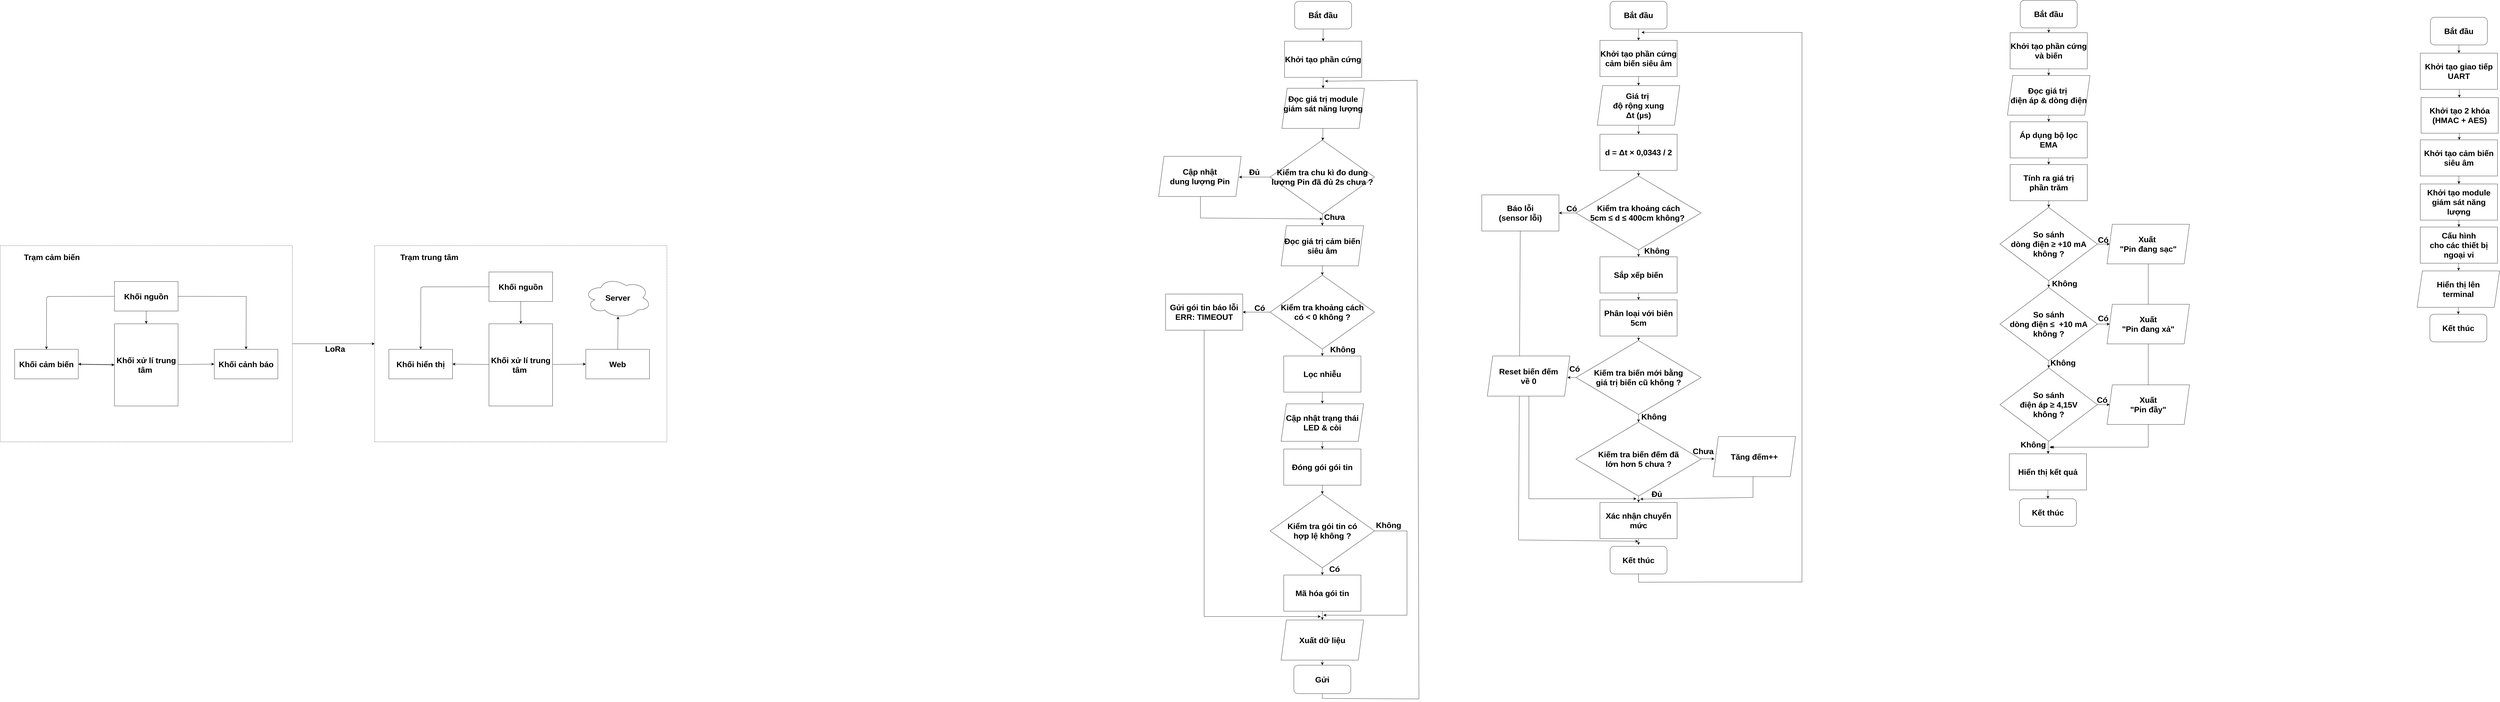
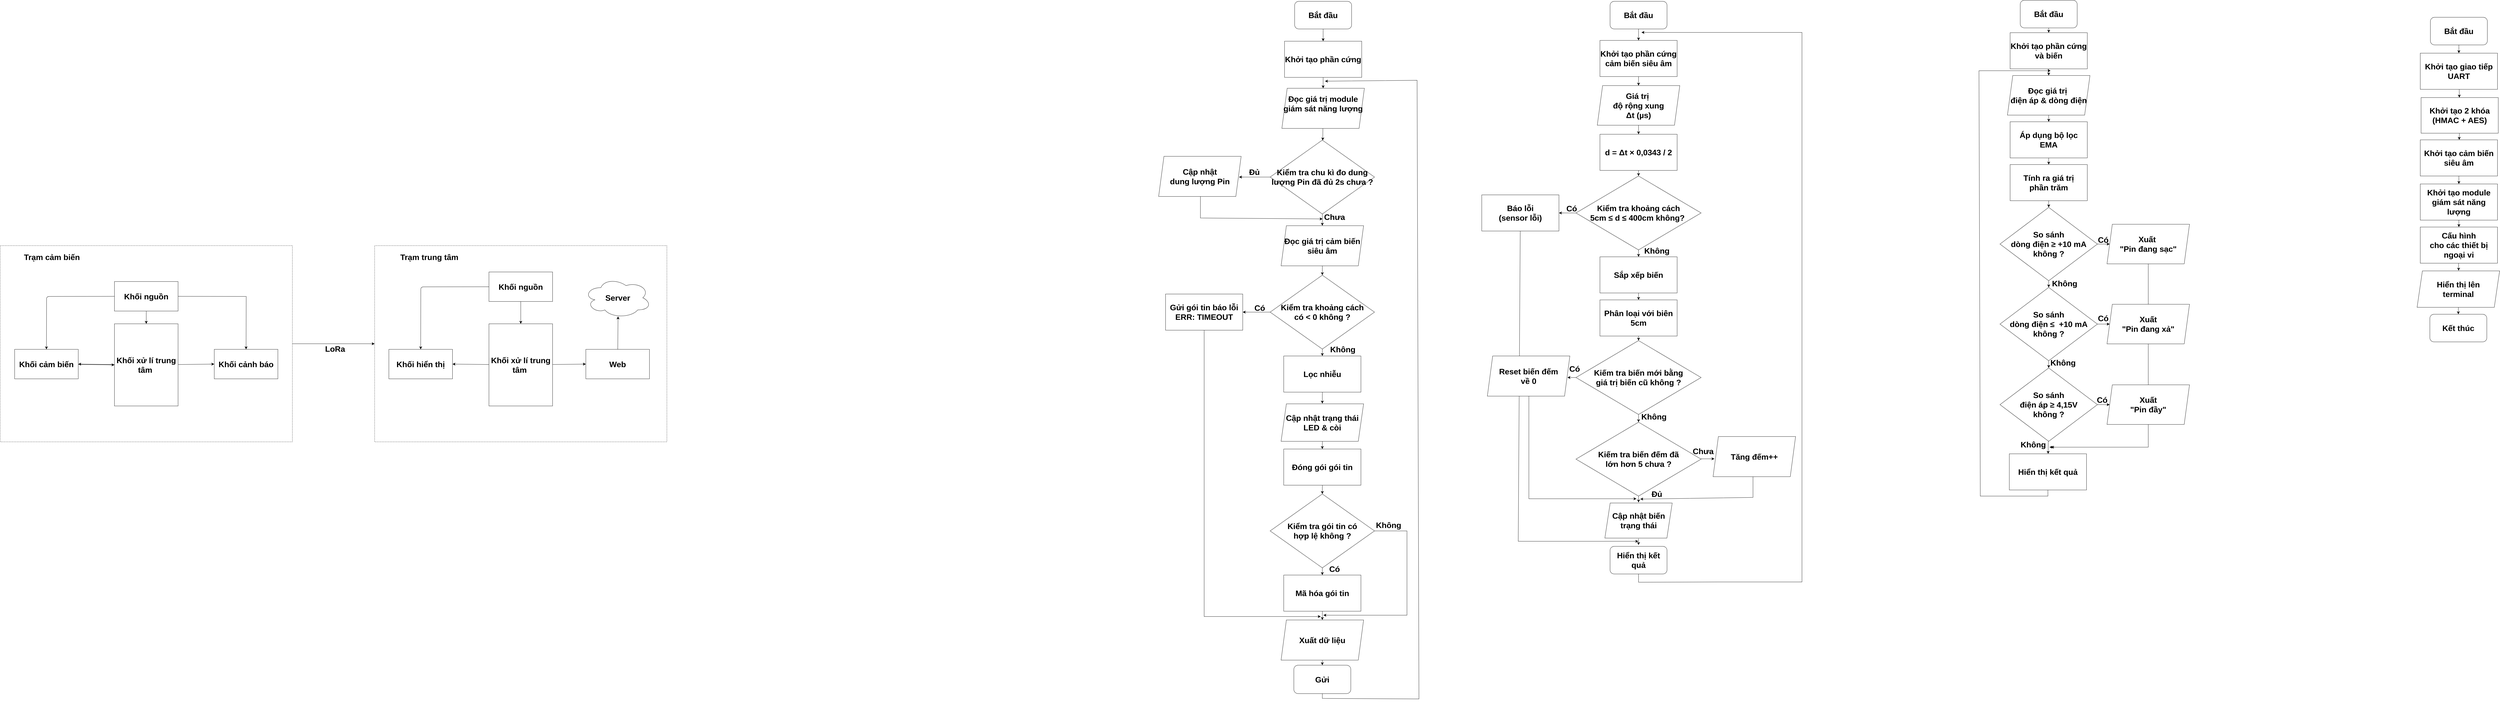
<mxfile host="app.diagrams.net">
  <diagram name="Page-1" id="Xzzm8pSJ2Ty5PO-fjyCe">
-     <mxGraphModel dx="4713" dy="2650" grid="0" gridSize="10" guides="1" tooltips="1" connect="1" arrows="1" fold="1" page="1" pageScale="1" pageWidth="4681" pageHeight="3300" math="0" shadow="0">
+     <mxGraphModel dx="1885" dy="1060" grid="0" gridSize="10" guides="1" tooltips="1" connect="1" arrows="1" fold="1" page="1" pageScale="1" pageWidth="4681" pageHeight="3300" math="0" shadow="0">
      <root>
        <mxCell id="0" />
        <mxCell id="1" parent="0" />
        <mxCell id="dHOnNA1qFKyTxo9gN7e2-160" edge="1" parent="1" source="dHOnNA1qFKyTxo9gN7e2-135" style="edgeStyle=none;curved=1;rounded=0;orthogonalLoop=1;jettySize=auto;html=1;entryX=0.5;entryY=1;entryDx=0;entryDy=0;fontSize=12;startSize=8;endSize=8;" target="dHOnNA1qFKyTxo9gN7e2-136">
          <mxGeometry relative="1" as="geometry" />
        </mxCell>
        <mxCell id="aMmJWWC9FcH2sZLkuJds-26" parent="1" style="rounded=0;whiteSpace=wrap;html=1;dashed=1;fontStyle=1;fontSize=30;" value="" vertex="1">
          <mxGeometry height="738" width="1098" x="1887.5" y="1122" as="geometry" />
        </mxCell>
        <mxCell id="aMmJWWC9FcH2sZLkuJds-31" edge="1" parent="1" source="aMmJWWC9FcH2sZLkuJds-25" style="edgeStyle=none;curved=1;rounded=0;orthogonalLoop=1;jettySize=auto;html=1;entryX=0;entryY=0.5;entryDx=0;entryDy=0;fontSize=30;startSize=8;endSize=8;fontStyle=1" target="aMmJWWC9FcH2sZLkuJds-26">
          <mxGeometry relative="1" as="geometry" />
        </mxCell>
        <mxCell id="aMmJWWC9FcH2sZLkuJds-25" parent="1" style="rounded=0;whiteSpace=wrap;html=1;dashed=1;fontStyle=1;fontSize=30;" value="" vertex="1">
          <mxGeometry height="738" width="1098" x="480.5" y="1122" as="geometry" />
        </mxCell>
        <mxCell id="aMmJWWC9FcH2sZLkuJds-12" edge="1" parent="1" source="aMmJWWC9FcH2sZLkuJds-1" style="edgeStyle=none;curved=1;rounded=0;orthogonalLoop=1;jettySize=auto;html=1;entryX=0;entryY=0.5;entryDx=0;entryDy=0;fontSize=30;startSize=8;endSize=8;fontStyle=1" target="aMmJWWC9FcH2sZLkuJds-5">
          <mxGeometry relative="1" as="geometry" />
        </mxCell>
        <mxCell id="aMmJWWC9FcH2sZLkuJds-13" edge="1" parent="1" source="aMmJWWC9FcH2sZLkuJds-1" style="edgeStyle=none;curved=1;rounded=0;orthogonalLoop=1;jettySize=auto;html=1;entryX=1;entryY=0.5;entryDx=0;entryDy=0;fontSize=30;startSize=8;endSize=8;fontStyle=1" target="aMmJWWC9FcH2sZLkuJds-4">
          <mxGeometry relative="1" as="geometry" />
        </mxCell>
        <mxCell id="aMmJWWC9FcH2sZLkuJds-1" parent="1" style="rounded=0;whiteSpace=wrap;html=1;fontStyle=1;fontSize=30;" value="&lt;font&gt;Khối xử lí trung tâm&amp;nbsp;&lt;/font&gt;" vertex="1">
          <mxGeometry height="309" width="239" x="910" y="1416" as="geometry" />
        </mxCell>
        <mxCell id="aMmJWWC9FcH2sZLkuJds-8" edge="1" parent="1" source="aMmJWWC9FcH2sZLkuJds-2" style="edgeStyle=none;curved=0;rounded=1;orthogonalLoop=1;jettySize=auto;html=1;entryX=0.5;entryY=0;entryDx=0;entryDy=0;fontSize=30;startSize=8;endSize=8;fontStyle=1" target="aMmJWWC9FcH2sZLkuJds-4">
          <mxGeometry relative="1" as="geometry">
            <Array as="points">
              <mxPoint x="655" y="1313" />
            </Array>
          </mxGeometry>
        </mxCell>
        <mxCell id="aMmJWWC9FcH2sZLkuJds-9" edge="1" parent="1" source="aMmJWWC9FcH2sZLkuJds-2" style="edgeStyle=none;curved=1;rounded=0;orthogonalLoop=1;jettySize=auto;html=1;entryX=0.5;entryY=0;entryDx=0;entryDy=0;fontSize=30;startSize=8;endSize=8;fontStyle=1" target="aMmJWWC9FcH2sZLkuJds-1">
          <mxGeometry relative="1" as="geometry" />
        </mxCell>
        <mxCell id="aMmJWWC9FcH2sZLkuJds-10" edge="1" parent="1" source="aMmJWWC9FcH2sZLkuJds-2" style="edgeStyle=none;curved=0;rounded=0;orthogonalLoop=1;jettySize=auto;html=1;entryX=0.5;entryY=0;entryDx=0;entryDy=0;fontSize=30;startSize=8;endSize=8;fontStyle=1" target="aMmJWWC9FcH2sZLkuJds-5">
          <mxGeometry relative="1" as="geometry">
            <Array as="points">
              <mxPoint x="1405" y="1313" />
            </Array>
          </mxGeometry>
        </mxCell>
        <mxCell id="aMmJWWC9FcH2sZLkuJds-2" parent="1" style="rounded=0;whiteSpace=wrap;html=1;fontStyle=1;fontSize=30;" value="&lt;font&gt;Khối nguồn&lt;/font&gt;" vertex="1">
          <mxGeometry height="111" width="239" x="910" y="1257" as="geometry" />
        </mxCell>
        <mxCell id="aMmJWWC9FcH2sZLkuJds-11" edge="1" parent="1" source="aMmJWWC9FcH2sZLkuJds-4" style="edgeStyle=none;curved=1;rounded=0;orthogonalLoop=1;jettySize=auto;html=1;entryX=0;entryY=0.5;entryDx=0;entryDy=0;fontSize=30;startSize=8;endSize=8;fontStyle=1" target="aMmJWWC9FcH2sZLkuJds-1">
          <mxGeometry relative="1" as="geometry" />
        </mxCell>
        <mxCell id="aMmJWWC9FcH2sZLkuJds-4" parent="1" style="rounded=0;whiteSpace=wrap;html=1;fontStyle=1;fontSize=30;" value="&lt;font&gt;Khối cảm biến&lt;/font&gt;" vertex="1">
          <mxGeometry height="111" width="239" x="535" y="1512" as="geometry" />
        </mxCell>
        <mxCell id="aMmJWWC9FcH2sZLkuJds-5" parent="1" style="rounded=0;whiteSpace=wrap;html=1;fontStyle=1;fontSize=30;" value="&lt;font&gt;Khối cảnh báo&lt;/font&gt;" vertex="1">
          <mxGeometry height="111" width="239" x="1285" y="1512" as="geometry" />
        </mxCell>
        <mxCell id="aMmJWWC9FcH2sZLkuJds-19" edge="1" parent="1" source="aMmJWWC9FcH2sZLkuJds-14" style="edgeStyle=none;curved=1;rounded=0;orthogonalLoop=1;jettySize=auto;html=1;entryX=1;entryY=0.5;entryDx=0;entryDy=0;fontSize=30;startSize=8;endSize=8;fontStyle=1" target="aMmJWWC9FcH2sZLkuJds-16">
          <mxGeometry relative="1" as="geometry" />
        </mxCell>
        <mxCell id="aMmJWWC9FcH2sZLkuJds-20" edge="1" parent="1" source="aMmJWWC9FcH2sZLkuJds-14" style="edgeStyle=none;curved=1;rounded=0;orthogonalLoop=1;jettySize=auto;html=1;entryX=0;entryY=0.5;entryDx=0;entryDy=0;fontSize=30;startSize=8;endSize=8;fontStyle=1" target="aMmJWWC9FcH2sZLkuJds-18">
          <mxGeometry relative="1" as="geometry" />
        </mxCell>
        <mxCell id="aMmJWWC9FcH2sZLkuJds-14" parent="1" style="rounded=0;whiteSpace=wrap;html=1;fontStyle=1;fontSize=30;" value="&lt;font&gt;Khối xử lí trung tâm&amp;nbsp;&lt;/font&gt;" vertex="1">
          <mxGeometry height="309" width="239" x="2317" y="1416" as="geometry" />
        </mxCell>
        <mxCell id="aMmJWWC9FcH2sZLkuJds-21" edge="1" parent="1" source="aMmJWWC9FcH2sZLkuJds-15" style="edgeStyle=none;curved=1;rounded=0;orthogonalLoop=1;jettySize=auto;html=1;entryX=0.5;entryY=0;entryDx=0;entryDy=0;fontSize=30;startSize=8;endSize=8;fontStyle=1" target="aMmJWWC9FcH2sZLkuJds-14">
          <mxGeometry relative="1" as="geometry" />
        </mxCell>
        <mxCell id="aMmJWWC9FcH2sZLkuJds-22" edge="1" parent="1" source="aMmJWWC9FcH2sZLkuJds-15" style="edgeStyle=none;curved=0;rounded=1;orthogonalLoop=1;jettySize=auto;html=1;entryX=0.5;entryY=0;entryDx=0;entryDy=0;fontSize=30;startSize=8;endSize=8;fontStyle=1" target="aMmJWWC9FcH2sZLkuJds-16">
          <mxGeometry relative="1" as="geometry">
            <Array as="points">
              <mxPoint x="2061" y="1277" />
            </Array>
          </mxGeometry>
        </mxCell>
        <mxCell id="aMmJWWC9FcH2sZLkuJds-15" parent="1" style="rounded=0;whiteSpace=wrap;html=1;fontStyle=1;fontSize=30;" value="&lt;font&gt;Khối nguồn&lt;/font&gt;" vertex="1">
          <mxGeometry height="111" width="239" x="2317" y="1221" as="geometry" />
        </mxCell>
        <mxCell id="aMmJWWC9FcH2sZLkuJds-16" parent="1" style="rounded=0;whiteSpace=wrap;html=1;fontStyle=1;fontSize=30;" value="&lt;font&gt;Khối hiển thị&lt;/font&gt;" vertex="1">
          <mxGeometry height="111" width="239" x="1941" y="1512" as="geometry" />
        </mxCell>
        <mxCell id="aMmJWWC9FcH2sZLkuJds-18" parent="1" style="rounded=0;whiteSpace=wrap;html=1;fontStyle=1;fontSize=30;" value="&lt;span&gt;Web&lt;/span&gt;" vertex="1">
          <mxGeometry height="111" width="239" x="2681" y="1512" as="geometry" />
        </mxCell>
        <mxCell id="aMmJWWC9FcH2sZLkuJds-23" parent="1" style="ellipse;shape=cloud;whiteSpace=wrap;html=1;fontStyle=1;fontSize=30;" value="&lt;span&gt;Server&lt;/span&gt;" vertex="1">
          <mxGeometry height="152" width="252" x="2674.5" y="1242" as="geometry" />
        </mxCell>
        <mxCell id="aMmJWWC9FcH2sZLkuJds-24" edge="1" parent="1" source="aMmJWWC9FcH2sZLkuJds-18" style="edgeStyle=none;curved=1;rounded=0;orthogonalLoop=1;jettySize=auto;html=1;entryX=0.506;entryY=0.961;entryDx=0;entryDy=0;entryPerimeter=0;fontSize=30;startSize=8;endSize=8;fontStyle=1" target="aMmJWWC9FcH2sZLkuJds-23">
          <mxGeometry relative="1" as="geometry" />
        </mxCell>
        <mxCell id="aMmJWWC9FcH2sZLkuJds-27" parent="1" style="text;html=1;whiteSpace=wrap;strokeColor=none;fillColor=none;align=center;verticalAlign=middle;rounded=0;fontSize=30;fontStyle=1" value="Trạm cảm biến" vertex="1">
          <mxGeometry height="30" width="332" x="509" y="1150" as="geometry" />
        </mxCell>
        <mxCell id="aMmJWWC9FcH2sZLkuJds-28" parent="1" style="text;html=1;whiteSpace=wrap;strokeColor=none;fillColor=none;align=center;verticalAlign=middle;rounded=0;fontSize=30;fontStyle=1" value="Trạm trung tâm" vertex="1">
          <mxGeometry height="30" width="332" x="1927" y="1150" as="geometry" />
        </mxCell>
        <mxCell id="aMmJWWC9FcH2sZLkuJds-32" parent="1" style="text;html=1;whiteSpace=wrap;strokeColor=none;fillColor=none;align=center;verticalAlign=middle;rounded=0;fontSize=30;fontStyle=1" value="LoRa" vertex="1">
          <mxGeometry height="30" width="332" x="1573" y="1495" as="geometry" />
        </mxCell>
        <mxCell id="dHOnNA1qFKyTxo9gN7e2-32" edge="1" parent="1" source="dHOnNA1qFKyTxo9gN7e2-2" style="edgeStyle=none;curved=1;rounded=0;orthogonalLoop=1;jettySize=auto;html=1;fontSize=30;startSize=8;endSize=8;fontStyle=1" target="dHOnNA1qFKyTxo9gN7e2-3" value="">
          <mxGeometry relative="1" as="geometry" />
        </mxCell>
        <mxCell id="dHOnNA1qFKyTxo9gN7e2-2" parent="1" style="rounded=1;whiteSpace=wrap;html=1;fontStyle=1;fontSize=30;" value="&lt;font&gt;Bắt đầu&lt;/font&gt;" vertex="1">
          <mxGeometry height="104" width="214" x="5344" y="203" as="geometry" />
        </mxCell>
        <mxCell id="dHOnNA1qFKyTxo9gN7e2-33" edge="1" parent="1" source="dHOnNA1qFKyTxo9gN7e2-3" style="edgeStyle=none;curved=1;rounded=0;orthogonalLoop=1;jettySize=auto;html=1;fontSize=30;startSize=8;endSize=8;fontStyle=1" target="dHOnNA1qFKyTxo9gN7e2-4" value="">
          <mxGeometry relative="1" as="geometry" />
        </mxCell>
        <mxCell id="dHOnNA1qFKyTxo9gN7e2-3" parent="1" style="rounded=0;whiteSpace=wrap;html=1;fontStyle=1;fontSize=30;" value="&lt;font&gt;Khởi tạo phần cứng&lt;/font&gt;" vertex="1">
          <mxGeometry height="136" width="290" x="5306" y="353" as="geometry" />
        </mxCell>
        <mxCell id="dHOnNA1qFKyTxo9gN7e2-6" edge="1" parent="1" source="dHOnNA1qFKyTxo9gN7e2-4" style="edgeStyle=none;curved=1;rounded=0;orthogonalLoop=1;jettySize=auto;html=1;fontSize=30;startSize=8;endSize=8;fontStyle=1" target="dHOnNA1qFKyTxo9gN7e2-5" value="">
          <mxGeometry relative="1" as="geometry" />
        </mxCell>
        <mxCell id="dHOnNA1qFKyTxo9gN7e2-4" parent="1" style="shape=parallelogram;perimeter=parallelogramPerimeter;whiteSpace=wrap;html=1;fixedSize=1;fontStyle=1;fontSize=30;" value="&lt;font&gt;Đọc giá trị module giám sát năng lượng&lt;/font&gt;&lt;div&gt;&lt;font&gt;&lt;br&gt;&lt;/font&gt;&lt;/div&gt;" vertex="1">
          <mxGeometry height="151" width="310" x="5296" y="530" as="geometry" />
        </mxCell>
        <mxCell id="dHOnNA1qFKyTxo9gN7e2-8" edge="1" parent="1" source="dHOnNA1qFKyTxo9gN7e2-5" style="edgeStyle=none;curved=1;rounded=0;orthogonalLoop=1;jettySize=auto;html=1;fontSize=30;startSize=8;endSize=8;fontStyle=1" target="dHOnNA1qFKyTxo9gN7e2-7" value="">
          <mxGeometry relative="1" as="geometry" />
        </mxCell>
        <mxCell id="dHOnNA1qFKyTxo9gN7e2-19" edge="1" parent="1" source="dHOnNA1qFKyTxo9gN7e2-5" style="edgeStyle=none;curved=1;rounded=0;orthogonalLoop=1;jettySize=auto;html=1;fontSize=30;startSize=8;endSize=8;fontStyle=1" value="">
          <mxGeometry relative="1" as="geometry">
            <mxPoint x="5135" y="864.0000000000005" as="targetPoint" />
          </mxGeometry>
        </mxCell>
        <mxCell id="dHOnNA1qFKyTxo9gN7e2-29" edge="1" parent="1" source="dHOnNA1qFKyTxo9gN7e2-5" style="edgeStyle=none;curved=1;rounded=0;orthogonalLoop=1;jettySize=auto;html=1;fontSize=30;startSize=8;endSize=8;fontStyle=1" value="">
          <mxGeometry relative="1" as="geometry">
            <mxPoint x="5135" y="864.0000000000005" as="targetPoint" />
          </mxGeometry>
        </mxCell>
        <mxCell id="dHOnNA1qFKyTxo9gN7e2-5" parent="1" style="rhombus;whiteSpace=wrap;html=1;fontStyle=1;fontSize=30;" value="&lt;font&gt;Kiểm tra chu kì đo dung lượng Pin đã đủ 2s chưa ?&lt;/font&gt;" vertex="1">
          <mxGeometry height="278" width="392" x="5252" y="725" as="geometry" />
        </mxCell>
        <mxCell id="dHOnNA1qFKyTxo9gN7e2-22" edge="1" parent="1" source="dHOnNA1qFKyTxo9gN7e2-7" style="edgeStyle=none;curved=1;rounded=0;orthogonalLoop=1;jettySize=auto;html=1;fontSize=30;startSize=8;endSize=8;fontStyle=1" target="dHOnNA1qFKyTxo9gN7e2-9" value="">
          <mxGeometry relative="1" as="geometry" />
        </mxCell>
        <mxCell id="dHOnNA1qFKyTxo9gN7e2-7" parent="1" style="shape=parallelogram;perimeter=parallelogramPerimeter;whiteSpace=wrap;html=1;fixedSize=1;fontStyle=1;fontSize=30;" value="&lt;span&gt;Đọc giá trị cảm biến siêu âm&lt;/span&gt;" vertex="1">
          <mxGeometry height="151" width="310" x="5293" y="1047" as="geometry" />
        </mxCell>
        <mxCell id="dHOnNA1qFKyTxo9gN7e2-23" edge="1" parent="1" source="dHOnNA1qFKyTxo9gN7e2-9" style="edgeStyle=none;curved=1;rounded=0;orthogonalLoop=1;jettySize=auto;html=1;fontSize=30;startSize=8;endSize=8;fontStyle=1" target="dHOnNA1qFKyTxo9gN7e2-10" value="">
          <mxGeometry relative="1" as="geometry" />
        </mxCell>
        <mxCell id="dHOnNA1qFKyTxo9gN7e2-35" edge="1" parent="1" source="dHOnNA1qFKyTxo9gN7e2-9" style="edgeStyle=none;curved=1;rounded=0;orthogonalLoop=1;jettySize=auto;html=1;fontSize=30;startSize=8;endSize=8;fontStyle=1" target="dHOnNA1qFKyTxo9gN7e2-34" value="">
          <mxGeometry relative="1" as="geometry" />
        </mxCell>
        <mxCell id="dHOnNA1qFKyTxo9gN7e2-9" parent="1" style="rhombus;whiteSpace=wrap;html=1;fontStyle=1;fontSize=30;" value="&lt;font&gt;Kiểm tra khoảng cách&lt;br&gt;có &amp;lt; 0 không ?&lt;/font&gt;" vertex="1">
          <mxGeometry height="278" width="392" x="5252" y="1233" as="geometry" />
        </mxCell>
        <mxCell id="dHOnNA1qFKyTxo9gN7e2-24" edge="1" parent="1" source="dHOnNA1qFKyTxo9gN7e2-10" style="edgeStyle=none;curved=1;rounded=0;orthogonalLoop=1;jettySize=auto;html=1;fontSize=30;startSize=8;endSize=8;fontStyle=1" value="">
          <mxGeometry relative="1" as="geometry">
            <mxPoint x="5448.000000000001" y="1716" as="targetPoint" />
          </mxGeometry>
        </mxCell>
        <mxCell id="dHOnNA1qFKyTxo9gN7e2-10" parent="1" style="rounded=0;whiteSpace=wrap;html=1;fontStyle=1;fontSize=30;" value="&lt;font&gt;Lọc nhiễu&lt;/font&gt;" vertex="1">
          <mxGeometry height="136" width="290" x="5303" y="1537" as="geometry" />
        </mxCell>
        <mxCell id="dHOnNA1qFKyTxo9gN7e2-25" edge="1" parent="1" style="edgeStyle=none;curved=1;rounded=0;orthogonalLoop=1;jettySize=auto;html=1;fontSize=30;startSize=8;endSize=8;fontStyle=1" target="dHOnNA1qFKyTxo9gN7e2-13" value="">
          <mxGeometry relative="1" as="geometry">
            <mxPoint x="5448.000000000001" y="1852" as="sourcePoint" />
          </mxGeometry>
        </mxCell>
        <mxCell id="dHOnNA1qFKyTxo9gN7e2-26" edge="1" parent="1" source="dHOnNA1qFKyTxo9gN7e2-13" style="edgeStyle=none;curved=1;rounded=0;orthogonalLoop=1;jettySize=auto;html=1;fontSize=30;startSize=8;endSize=8;fontStyle=1" target="dHOnNA1qFKyTxo9gN7e2-14" value="">
          <mxGeometry relative="1" as="geometry" />
        </mxCell>
        <mxCell id="dHOnNA1qFKyTxo9gN7e2-13" parent="1" style="rounded=0;whiteSpace=wrap;html=1;fontStyle=1;fontSize=30;" value="&lt;span&gt;Đóng gói gói tin&lt;/span&gt;" vertex="1">
          <mxGeometry height="136" width="290" x="5303" y="1887" as="geometry" />
        </mxCell>
        <mxCell id="dHOnNA1qFKyTxo9gN7e2-27" edge="1" parent="1" source="dHOnNA1qFKyTxo9gN7e2-14" style="edgeStyle=none;curved=1;rounded=0;orthogonalLoop=1;jettySize=auto;html=1;fontSize=30;startSize=8;endSize=8;fontStyle=1" target="dHOnNA1qFKyTxo9gN7e2-15" value="">
          <mxGeometry relative="1" as="geometry" />
        </mxCell>
        <mxCell id="dHOnNA1qFKyTxo9gN7e2-41" edge="1" parent="1" source="dHOnNA1qFKyTxo9gN7e2-14" style="edgeStyle=none;curved=0;rounded=0;orthogonalLoop=1;jettySize=auto;html=1;fontSize=30;startSize=8;endSize=8;fontStyle=1" value="">
          <mxGeometry relative="1" as="geometry">
            <Array as="points">
              <mxPoint x="5766" y="2195" />
              <mxPoint x="5766" y="2512" />
            </Array>
            <mxPoint x="5452" y="2512" as="targetPoint" />
          </mxGeometry>
        </mxCell>
        <mxCell id="dHOnNA1qFKyTxo9gN7e2-14" parent="1" style="rhombus;whiteSpace=wrap;html=1;fontStyle=1;fontSize=30;" value="&lt;span&gt;Kiểm tra gói tin có&lt;/span&gt;&lt;div&gt;&lt;span&gt;hợp lệ không ?&lt;/span&gt;&lt;/div&gt;" vertex="1">
          <mxGeometry height="278" width="392" x="5252" y="2056" as="geometry" />
        </mxCell>
        <mxCell id="dHOnNA1qFKyTxo9gN7e2-28" edge="1" parent="1" source="dHOnNA1qFKyTxo9gN7e2-15" style="edgeStyle=none;curved=1;rounded=0;orthogonalLoop=1;jettySize=auto;html=1;fontSize=30;startSize=8;endSize=8;fontStyle=1" value="">
          <mxGeometry relative="1" as="geometry">
            <mxPoint x="5448" y="2530" as="targetPoint" />
          </mxGeometry>
        </mxCell>
        <mxCell id="dHOnNA1qFKyTxo9gN7e2-15" parent="1" style="rounded=0;whiteSpace=wrap;html=1;fontStyle=1;fontSize=30;" value="&lt;span&gt;Mã hóa gói tin&lt;/span&gt;" vertex="1">
          <mxGeometry height="136" width="290" x="5303" y="2361" as="geometry" />
        </mxCell>
        <mxCell id="dHOnNA1qFKyTxo9gN7e2-42" edge="1" parent="1" source="dHOnNA1qFKyTxo9gN7e2-105" style="edgeStyle=none;curved=0;rounded=0;orthogonalLoop=1;jettySize=auto;html=1;fontSize=30;startSize=8;endSize=8;fontStyle=1;exitX=0.5;exitY=1;exitDx=0;exitDy=0;">
          <mxGeometry relative="1" as="geometry">
            <Array as="points">
              <mxPoint x="5448" y="2825" />
              <mxPoint x="5811" y="2827" />
              <mxPoint x="5804" y="500" />
            </Array>
            <mxPoint x="5448" y="2666" as="sourcePoint" />
            <mxPoint x="5458" y="503.3333333333335" as="targetPoint" />
          </mxGeometry>
        </mxCell>
        <mxCell id="dHOnNA1qFKyTxo9gN7e2-21" edge="1" parent="1" style="edgeStyle=none;curved=0;rounded=0;orthogonalLoop=1;jettySize=auto;html=1;fontSize=30;startSize=8;endSize=8;fontStyle=1">
          <mxGeometry relative="1" as="geometry">
            <Array as="points">
              <mxPoint x="4990" y="1018" />
            </Array>
            <mxPoint x="4990" y="932" as="sourcePoint" />
            <mxPoint x="5448.941176470588" y="1021.4705882352941" as="targetPoint" />
          </mxGeometry>
        </mxCell>
        <mxCell id="dHOnNA1qFKyTxo9gN7e2-30" parent="1" style="text;html=1;whiteSpace=wrap;strokeColor=none;fillColor=none;align=center;verticalAlign=middle;rounded=0;fontSize=30;fontStyle=1" value="Đủ" vertex="1">
          <mxGeometry height="30" width="60" x="5163" y="830" as="geometry" />
        </mxCell>
        <mxCell id="dHOnNA1qFKyTxo9gN7e2-31" parent="1" style="text;html=1;whiteSpace=wrap;strokeColor=none;fillColor=none;align=center;verticalAlign=middle;rounded=0;fontSize=30;fontStyle=1" value="&lt;font&gt;Chưa&lt;/font&gt;" vertex="1">
          <mxGeometry height="30" width="60" x="5464" y="999" as="geometry" />
        </mxCell>
        <mxCell id="dHOnNA1qFKyTxo9gN7e2-36" edge="1" parent="1" source="dHOnNA1qFKyTxo9gN7e2-34" style="edgeStyle=none;curved=0;rounded=0;orthogonalLoop=1;jettySize=auto;html=1;fontSize=30;startSize=8;endSize=8;fontStyle=1">
          <mxGeometry relative="1" as="geometry">
            <Array as="points">
              <mxPoint x="5004" y="2517" />
            </Array>
            <mxPoint x="5442" y="2517" as="targetPoint" />
          </mxGeometry>
        </mxCell>
        <mxCell id="dHOnNA1qFKyTxo9gN7e2-34" parent="1" style="rounded=0;whiteSpace=wrap;html=1;fontStyle=1;fontSize=30;" value="&lt;span&gt;Gửi gói tin báo lỗi&lt;/span&gt;&lt;div&gt;&lt;span&gt;ERR: TIMEOUT&lt;/span&gt;&lt;/div&gt;" vertex="1">
          <mxGeometry height="136" width="290" x="4859" y="1304" as="geometry" />
        </mxCell>
        <mxCell id="dHOnNA1qFKyTxo9gN7e2-37" parent="1" style="text;html=1;whiteSpace=wrap;strokeColor=none;fillColor=none;align=center;verticalAlign=middle;rounded=0;fontSize=30;fontStyle=1" value="Có" vertex="1">
          <mxGeometry height="30" width="60" x="5183" y="1341" as="geometry" />
        </mxCell>
        <mxCell id="dHOnNA1qFKyTxo9gN7e2-38" parent="1" style="text;html=1;whiteSpace=wrap;strokeColor=none;fillColor=none;align=center;verticalAlign=middle;rounded=0;fontSize=30;fontStyle=1" value="&lt;span&gt;Không&lt;/span&gt;" vertex="1">
          <mxGeometry height="30" width="60" x="5495" y="1497" as="geometry" />
        </mxCell>
        <mxCell id="dHOnNA1qFKyTxo9gN7e2-43" parent="1" style="text;html=1;whiteSpace=wrap;strokeColor=none;fillColor=none;align=center;verticalAlign=middle;rounded=0;fontSize=30;fontStyle=1" value="Có" vertex="1">
          <mxGeometry height="30" width="60" x="5464" y="2323" as="geometry" />
        </mxCell>
        <mxCell id="dHOnNA1qFKyTxo9gN7e2-44" parent="1" style="text;html=1;whiteSpace=wrap;strokeColor=none;fillColor=none;align=center;verticalAlign=middle;rounded=0;fontSize=30;fontStyle=1" value="&lt;span&gt;Không&lt;/span&gt;" vertex="1">
          <mxGeometry height="30" width="60" x="5667" y="2158" as="geometry" />
        </mxCell>
        <mxCell id="dHOnNA1qFKyTxo9gN7e2-69" edge="1" parent="1" source="dHOnNA1qFKyTxo9gN7e2-47" style="edgeStyle=none;curved=1;rounded=0;orthogonalLoop=1;jettySize=auto;html=1;fontSize=12;startSize=8;endSize=8;" target="dHOnNA1qFKyTxo9gN7e2-53" value="">
          <mxGeometry relative="1" as="geometry" />
        </mxCell>
        <mxCell id="dHOnNA1qFKyTxo9gN7e2-47" parent="1" style="rounded=1;whiteSpace=wrap;html=1;fontStyle=1;fontSize=30;" value="&lt;font&gt;Bắt đầu&lt;/font&gt;" vertex="1">
          <mxGeometry height="104" width="214" x="6529" y="203" as="geometry" />
        </mxCell>
        <mxCell id="dHOnNA1qFKyTxo9gN7e2-71" edge="1" parent="1" source="dHOnNA1qFKyTxo9gN7e2-49" style="edgeStyle=none;curved=1;rounded=0;orthogonalLoop=1;jettySize=auto;html=1;fontSize=12;startSize=8;endSize=8;" target="dHOnNA1qFKyTxo9gN7e2-50" value="">
          <mxGeometry relative="1" as="geometry" />
        </mxCell>
        <mxCell id="dHOnNA1qFKyTxo9gN7e2-49" parent="1" style="shape=parallelogram;perimeter=parallelogramPerimeter;whiteSpace=wrap;html=1;fixedSize=1;fontStyle=1;fontSize=30;" value="&lt;div&gt;&lt;font&gt;Giá trị&amp;nbsp;&lt;/font&gt;&lt;/div&gt;&lt;div&gt;&lt;font&gt;độ rộng xung&lt;/font&gt;&lt;/div&gt;&lt;div&gt;&lt;font&gt;&lt;span style=&quot;background-color: transparent; color: light-dark(rgb(0, 0, 0), rgb(255, 255, 255));&quot;&gt;Δt&lt;/span&gt;&amp;nbsp;(µs)&lt;/font&gt;&lt;/div&gt;" vertex="1">
          <mxGeometry height="149" width="310" x="6481" y="520" as="geometry" />
        </mxCell>
        <mxCell id="dHOnNA1qFKyTxo9gN7e2-72" edge="1" parent="1" source="dHOnNA1qFKyTxo9gN7e2-50" style="edgeStyle=none;curved=1;rounded=0;orthogonalLoop=1;jettySize=auto;html=1;fontSize=12;startSize=8;endSize=8;" target="dHOnNA1qFKyTxo9gN7e2-55" value="">
          <mxGeometry relative="1" as="geometry" />
        </mxCell>
        <mxCell id="dHOnNA1qFKyTxo9gN7e2-50" parent="1" style="rounded=0;whiteSpace=wrap;html=1;fontStyle=1;fontSize=30;" value="&lt;font&gt;d = Δt × 0,0343 / 2&lt;/font&gt;" vertex="1">
          <mxGeometry height="136" width="290" x="6491" y="703" as="geometry" />
        </mxCell>
        <mxCell id="dHOnNA1qFKyTxo9gN7e2-70" edge="1" parent="1" source="dHOnNA1qFKyTxo9gN7e2-53" style="edgeStyle=none;curved=1;rounded=0;orthogonalLoop=1;jettySize=auto;html=1;fontSize=12;startSize=8;endSize=8;" target="dHOnNA1qFKyTxo9gN7e2-49" value="">
          <mxGeometry relative="1" as="geometry" />
        </mxCell>
        <mxCell id="dHOnNA1qFKyTxo9gN7e2-53" parent="1" style="rounded=0;whiteSpace=wrap;html=1;fontStyle=1;fontSize=30;" value="&lt;font&gt;Khởi tạo phần cứng&lt;/font&gt;&lt;div&gt;&lt;font&gt;cảm biến siêu âm&lt;/font&gt;&lt;/div&gt;" vertex="1">
          <mxGeometry height="136" width="290" x="6491" y="350" as="geometry" />
        </mxCell>
        <mxCell id="dHOnNA1qFKyTxo9gN7e2-73" edge="1" parent="1" source="dHOnNA1qFKyTxo9gN7e2-55" style="edgeStyle=none;curved=1;rounded=0;orthogonalLoop=1;jettySize=auto;html=1;fontSize=12;startSize=8;endSize=8;" target="dHOnNA1qFKyTxo9gN7e2-57" value="">
          <mxGeometry relative="1" as="geometry" />
        </mxCell>
        <mxCell id="dHOnNA1qFKyTxo9gN7e2-74" edge="1" parent="1" source="dHOnNA1qFKyTxo9gN7e2-55" style="edgeStyle=none;curved=1;rounded=0;orthogonalLoop=1;jettySize=auto;html=1;fontSize=12;startSize=8;endSize=8;" target="dHOnNA1qFKyTxo9gN7e2-58" value="">
          <mxGeometry relative="1" as="geometry" />
        </mxCell>
        <mxCell id="dHOnNA1qFKyTxo9gN7e2-55" parent="1" style="rhombus;whiteSpace=wrap;html=1;fontStyle=1;fontSize=30;" value="&lt;font&gt;Kiểm tra khoảng cách&lt;/font&gt;&lt;div&gt;&lt;font&gt;5cm ≤ d&amp;nbsp;≤ 400cm không?&amp;nbsp;&lt;/font&gt;&lt;/div&gt;" vertex="1">
          <mxGeometry height="278" width="470" x="6401" y="860" as="geometry" />
        </mxCell>
        <mxCell id="dHOnNA1qFKyTxo9gN7e2-84" edge="1" parent="1" source="dHOnNA1qFKyTxo9gN7e2-57" style="edgeStyle=none;curved=0;rounded=0;orthogonalLoop=1;jettySize=auto;html=1;fontSize=12;startSize=8;endSize=8;">
          <mxGeometry relative="1" as="geometry">
            <Array as="points">
-               <mxPoint x="6185" y="2229" />
+               <mxPoint x="6184" y="2234" />
            </Array>
            <mxPoint x="6635" y="2234" as="targetPoint" />
          </mxGeometry>
        </mxCell>
        <mxCell id="dHOnNA1qFKyTxo9gN7e2-57" parent="1" style="rounded=0;whiteSpace=wrap;html=1;fontStyle=1;fontSize=30;" value="&lt;font&gt;Báo lỗi&lt;/font&gt;&lt;div&gt;(sensor lỗi)&lt;/div&gt;" vertex="1">
          <mxGeometry height="136" width="290" x="6047" y="931" as="geometry" />
        </mxCell>
        <mxCell id="dHOnNA1qFKyTxo9gN7e2-75" edge="1" parent="1" source="dHOnNA1qFKyTxo9gN7e2-58" style="edgeStyle=none;curved=1;rounded=0;orthogonalLoop=1;jettySize=auto;html=1;fontSize=12;startSize=8;endSize=8;" target="dHOnNA1qFKyTxo9gN7e2-59" value="">
          <mxGeometry relative="1" as="geometry" />
        </mxCell>
        <mxCell id="dHOnNA1qFKyTxo9gN7e2-58" parent="1" style="rounded=0;whiteSpace=wrap;html=1;fontStyle=1;fontSize=30;" value="Sắp xếp biến" vertex="1">
          <mxGeometry height="136" width="290" x="6491" y="1164" as="geometry" />
        </mxCell>
        <mxCell id="dHOnNA1qFKyTxo9gN7e2-76" edge="1" parent="1" source="dHOnNA1qFKyTxo9gN7e2-59" style="edgeStyle=none;curved=1;rounded=0;orthogonalLoop=1;jettySize=auto;html=1;fontSize=12;startSize=8;endSize=8;" target="dHOnNA1qFKyTxo9gN7e2-61" value="">
          <mxGeometry relative="1" as="geometry" />
        </mxCell>
        <mxCell id="dHOnNA1qFKyTxo9gN7e2-59" parent="1" style="rounded=0;whiteSpace=wrap;html=1;fontStyle=1;fontSize=30;" value="Phân loại với biên&lt;div&gt;5cm&lt;/div&gt;" vertex="1">
          <mxGeometry height="136" width="290" x="6491" y="1326" as="geometry" />
        </mxCell>
        <mxCell id="dHOnNA1qFKyTxo9gN7e2-77" edge="1" parent="1" source="dHOnNA1qFKyTxo9gN7e2-61" style="edgeStyle=none;curved=1;rounded=0;orthogonalLoop=1;jettySize=auto;html=1;fontSize=12;startSize=8;endSize=8;" value="">
          <mxGeometry relative="1" as="geometry">
            <mxPoint x="6369" y="1618.0000000000005" as="targetPoint" />
          </mxGeometry>
        </mxCell>
        <mxCell id="dHOnNA1qFKyTxo9gN7e2-78" edge="1" parent="1" source="dHOnNA1qFKyTxo9gN7e2-61" style="edgeStyle=none;curved=1;rounded=0;orthogonalLoop=1;jettySize=auto;html=1;fontSize=12;startSize=8;endSize=8;" target="dHOnNA1qFKyTxo9gN7e2-64" value="">
          <mxGeometry relative="1" as="geometry" />
        </mxCell>
        <mxCell id="dHOnNA1qFKyTxo9gN7e2-61" parent="1" style="rhombus;whiteSpace=wrap;html=1;fontStyle=1;fontSize=30;" value="Kiếm tra biến mới bằng&lt;div&gt;giá trị biến cũ không ?&lt;/div&gt;" vertex="1">
          <mxGeometry height="278" width="470" x="6401" y="1479" as="geometry" />
        </mxCell>
        <mxCell id="dHOnNA1qFKyTxo9gN7e2-83" edge="1" parent="1" style="edgeStyle=none;curved=0;rounded=0;orthogonalLoop=1;jettySize=auto;html=1;fontSize=12;startSize=8;endSize=8;">
          <mxGeometry relative="1" as="geometry">
            <Array as="points">
              <mxPoint x="6224" y="2074" />
            </Array>
            <mxPoint x="6224" y="1686" as="sourcePoint" />
            <mxPoint x="6628" y="2074" as="targetPoint" />
          </mxGeometry>
        </mxCell>
        <mxCell id="dHOnNA1qFKyTxo9gN7e2-79" edge="1" parent="1" source="dHOnNA1qFKyTxo9gN7e2-64" style="edgeStyle=none;curved=1;rounded=0;orthogonalLoop=1;jettySize=auto;html=1;fontSize=12;startSize=8;endSize=8;" value="">
          <mxGeometry relative="1" as="geometry">
            <mxPoint x="6921" y="1923.6744186046512" as="targetPoint" />
          </mxGeometry>
        </mxCell>
-         <mxCell id="dHOnNA1qFKyTxo9gN7e2-80" edge="1" parent="1" source="dHOnNA1qFKyTxo9gN7e2-64" style="edgeStyle=none;curved=1;rounded=0;orthogonalLoop=1;jettySize=auto;html=1;fontSize=12;startSize=8;endSize=8;" target="dHOnNA1qFKyTxo9gN7e2-67" value="">
-           <mxGeometry relative="1" as="geometry" />
+         <mxCell id="dHOnNA1qFKyTxo9gN7e2-80" edge="1" parent="1" source="dHOnNA1qFKyTxo9gN7e2-64" style="edgeStyle=none;curved=1;rounded=0;orthogonalLoop=1;jettySize=auto;html=1;fontSize=12;startSize=8;endSize=8;" value="">
+           <mxGeometry relative="1" as="geometry">
+             <mxPoint x="6636" y="2088" as="targetPoint" />
+           </mxGeometry>
        </mxCell>
        <mxCell id="dHOnNA1qFKyTxo9gN7e2-64" parent="1" style="rhombus;whiteSpace=wrap;html=1;fontStyle=1;fontSize=30;" value="Kiếm tra biến đếm đã&lt;div&gt;lớn hơn 5 chưa ?&lt;/div&gt;" vertex="1">
          <mxGeometry height="278" width="470" x="6401" y="1786" as="geometry" />
        </mxCell>
        <mxCell id="dHOnNA1qFKyTxo9gN7e2-85" edge="1" parent="1" style="edgeStyle=none;curved=0;rounded=0;orthogonalLoop=1;jettySize=auto;html=1;fontSize=12;startSize=8;endSize=8;">
          <mxGeometry relative="1" as="geometry">
            <Array as="points">
              <mxPoint x="7066" y="2069" />
            </Array>
            <mxPoint x="7066" y="1991" as="sourcePoint" />
            <mxPoint x="6642.444444444443" y="2075.222222222222" as="targetPoint" />
          </mxGeometry>
        </mxCell>
-         <mxCell id="dHOnNA1qFKyTxo9gN7e2-81" edge="1" parent="1" source="dHOnNA1qFKyTxo9gN7e2-67" style="edgeStyle=none;curved=1;rounded=0;orthogonalLoop=1;jettySize=auto;html=1;fontSize=12;startSize=8;endSize=8;" value="">
-           <mxGeometry relative="1" as="geometry">
+         <mxCell id="dHOnNA1qFKyTxo9gN7e2-81" edge="1" parent="1" style="edgeStyle=none;curved=1;rounded=0;orthogonalLoop=1;jettySize=auto;html=1;fontSize=12;startSize=8;endSize=8;" value="">
+           <mxGeometry relative="1" as="geometry">
+             <mxPoint x="6636" y="2224" as="sourcePoint" />
            <mxPoint x="6636" y="2248" as="targetPoint" />
          </mxGeometry>
-         </mxCell>
-         <mxCell id="dHOnNA1qFKyTxo9gN7e2-67" parent="1" style="rounded=0;whiteSpace=wrap;html=1;fontStyle=1;fontSize=30;" value="Xác nhận chuyển&lt;div&gt;mức&lt;/div&gt;" vertex="1">
-           <mxGeometry height="136" width="290" x="6491" y="2088" as="geometry" />
        </mxCell>
        <mxCell id="dHOnNA1qFKyTxo9gN7e2-82" edge="1" parent="1" source="dHOnNA1qFKyTxo9gN7e2-104" style="edgeStyle=none;curved=0;rounded=0;orthogonalLoop=1;jettySize=auto;html=1;fontSize=12;startSize=8;endSize=8;exitX=0.5;exitY=1;exitDx=0;exitDy=0;">
          <mxGeometry relative="1" as="geometry">
            <Array as="points">
              <mxPoint x="6636" y="2388" />
              <mxPoint x="6935" y="2387" />
              <mxPoint x="7250" y="2387" />
              <mxPoint x="7250" y="320" />
            </Array>
            <mxPoint x="6636" y="2384" as="sourcePoint" />
            <mxPoint x="6647" y="320" as="targetPoint" />
          </mxGeometry>
        </mxCell>
        <mxCell id="dHOnNA1qFKyTxo9gN7e2-86" parent="1" style="text;html=1;whiteSpace=wrap;strokeColor=none;fillColor=none;align=center;verticalAlign=middle;rounded=0;fontSize=30;fontStyle=1" value="Có" vertex="1">
          <mxGeometry height="30" width="60" x="6355" y="967" as="geometry" />
        </mxCell>
        <mxCell id="dHOnNA1qFKyTxo9gN7e2-87" parent="1" style="text;html=1;whiteSpace=wrap;strokeColor=none;fillColor=none;align=center;verticalAlign=middle;rounded=0;fontSize=30;fontStyle=1" value="&lt;span&gt;Không&lt;/span&gt;" vertex="1">
          <mxGeometry height="30" width="60" x="6675" y="1126" as="geometry" />
        </mxCell>
        <mxCell id="dHOnNA1qFKyTxo9gN7e2-88" parent="1" style="text;html=1;whiteSpace=wrap;strokeColor=none;fillColor=none;align=center;verticalAlign=middle;rounded=0;fontSize=30;fontStyle=1" value="Có" vertex="1">
          <mxGeometry height="30" width="60" x="6366" y="1570" as="geometry" />
        </mxCell>
        <mxCell id="dHOnNA1qFKyTxo9gN7e2-89" parent="1" style="text;html=1;whiteSpace=wrap;strokeColor=none;fillColor=none;align=center;verticalAlign=middle;rounded=0;fontSize=30;fontStyle=1" value="&lt;span&gt;Không&lt;/span&gt;" vertex="1">
          <mxGeometry height="30" width="60" x="6664" y="1750" as="geometry" />
        </mxCell>
        <mxCell id="dHOnNA1qFKyTxo9gN7e2-90" parent="1" style="text;html=1;whiteSpace=wrap;strokeColor=none;fillColor=none;align=center;verticalAlign=middle;rounded=0;fontSize=30;fontStyle=1" value="Đủ" vertex="1">
          <mxGeometry height="30" width="60" x="6675" y="2041" as="geometry" />
        </mxCell>
        <mxCell id="dHOnNA1qFKyTxo9gN7e2-91" parent="1" style="text;html=1;whiteSpace=wrap;strokeColor=none;fillColor=none;align=center;verticalAlign=middle;rounded=0;fontSize=30;fontStyle=1" value="&lt;font&gt;Chưa&lt;/font&gt;" vertex="1">
          <mxGeometry height="30" width="60" x="6849" y="1880" as="geometry" />
        </mxCell>
        <mxCell id="dHOnNA1qFKyTxo9gN7e2-106" edge="1" parent="1" source="dHOnNA1qFKyTxo9gN7e2-92" style="edgeStyle=none;curved=1;rounded=0;orthogonalLoop=1;jettySize=auto;html=1;fontSize=12;startSize=8;endSize=8;" target="dHOnNA1qFKyTxo9gN7e2-93" value="">
          <mxGeometry relative="1" as="geometry" />
        </mxCell>
        <mxCell id="dHOnNA1qFKyTxo9gN7e2-92" parent="1" style="rounded=1;whiteSpace=wrap;html=1;fontStyle=1;fontSize=30;" value="&lt;font&gt;Bắt đầu&lt;/font&gt;" vertex="1">
          <mxGeometry height="104" width="214" x="9611" y="263" as="geometry" />
        </mxCell>
        <mxCell id="dHOnNA1qFKyTxo9gN7e2-107" edge="1" parent="1" source="dHOnNA1qFKyTxo9gN7e2-93" style="edgeStyle=none;curved=1;rounded=0;orthogonalLoop=1;jettySize=auto;html=1;fontSize=12;startSize=8;endSize=8;" target="dHOnNA1qFKyTxo9gN7e2-94" value="">
          <mxGeometry relative="1" as="geometry" />
        </mxCell>
        <mxCell id="dHOnNA1qFKyTxo9gN7e2-93" parent="1" style="rounded=0;whiteSpace=wrap;html=1;fontStyle=1;fontSize=30;" value="Khởi tạo giao tiếp&lt;div&gt;UART&lt;/div&gt;" vertex="1">
          <mxGeometry height="136" width="290" x="9573" y="398" as="geometry" />
        </mxCell>
        <mxCell id="dHOnNA1qFKyTxo9gN7e2-108" edge="1" parent="1" source="dHOnNA1qFKyTxo9gN7e2-94" style="edgeStyle=none;curved=1;rounded=0;orthogonalLoop=1;jettySize=auto;html=1;fontSize=12;startSize=8;endSize=8;" target="dHOnNA1qFKyTxo9gN7e2-97" value="">
          <mxGeometry relative="1" as="geometry" />
        </mxCell>
        <mxCell id="dHOnNA1qFKyTxo9gN7e2-94" parent="1" style="rounded=0;whiteSpace=wrap;html=1;fontStyle=1;fontSize=30;" value="Khởi tạo 2 khóa&lt;div&gt;(HMAC + AES)&lt;/div&gt;" vertex="1">
          <mxGeometry height="134" width="290" x="9576" y="565" as="geometry" />
        </mxCell>
        <mxCell id="dHOnNA1qFKyTxo9gN7e2-111" edge="1" parent="1" source="dHOnNA1qFKyTxo9gN7e2-95" style="edgeStyle=none;curved=1;rounded=0;orthogonalLoop=1;jettySize=auto;html=1;fontSize=12;startSize=8;endSize=8;" value="">
          <mxGeometry relative="1" as="geometry">
            <mxPoint x="9716.829268292682" y="1216" as="targetPoint" />
          </mxGeometry>
        </mxCell>
        <mxCell id="dHOnNA1qFKyTxo9gN7e2-95" parent="1" style="rounded=0;whiteSpace=wrap;html=1;fontStyle=1;fontSize=30;" value="Cấu hình&lt;div&gt;cho các thiết bị ngoại vi&lt;/div&gt;" vertex="1">
          <mxGeometry height="136" width="290" x="9573" y="1052" as="geometry" />
        </mxCell>
        <mxCell id="dHOnNA1qFKyTxo9gN7e2-109" edge="1" parent="1" source="dHOnNA1qFKyTxo9gN7e2-97" style="edgeStyle=none;curved=1;rounded=0;orthogonalLoop=1;jettySize=auto;html=1;fontSize=12;startSize=8;endSize=8;" target="dHOnNA1qFKyTxo9gN7e2-98" value="">
          <mxGeometry relative="1" as="geometry" />
        </mxCell>
        <mxCell id="dHOnNA1qFKyTxo9gN7e2-97" parent="1" style="rounded=0;whiteSpace=wrap;html=1;fontStyle=1;fontSize=30;" value="Khởi tạo cảm biến&lt;div&gt;siêu âm&lt;/div&gt;" vertex="1">
          <mxGeometry height="136" width="290" x="9573" y="724" as="geometry" />
        </mxCell>
        <mxCell id="dHOnNA1qFKyTxo9gN7e2-110" edge="1" parent="1" source="dHOnNA1qFKyTxo9gN7e2-98" style="edgeStyle=none;curved=1;rounded=0;orthogonalLoop=1;jettySize=auto;html=1;fontSize=12;startSize=8;endSize=8;" target="dHOnNA1qFKyTxo9gN7e2-95" value="">
          <mxGeometry relative="1" as="geometry" />
        </mxCell>
        <mxCell id="dHOnNA1qFKyTxo9gN7e2-98" parent="1" style="rounded=0;whiteSpace=wrap;html=1;fontStyle=1;fontSize=30;" value="Khởi tạo module&lt;div&gt;giám sát năng lượng&lt;/div&gt;" vertex="1">
          <mxGeometry height="136" width="290" x="9573" y="890" as="geometry" />
        </mxCell>
        <mxCell id="dHOnNA1qFKyTxo9gN7e2-112" edge="1" parent="1" style="edgeStyle=none;curved=1;rounded=0;orthogonalLoop=1;jettySize=auto;html=1;fontSize=12;startSize=8;endSize=8;" target="dHOnNA1qFKyTxo9gN7e2-102" value="">
          <mxGeometry relative="1" as="geometry">
            <mxPoint x="9716" y="1352" as="sourcePoint" />
          </mxGeometry>
        </mxCell>
        <mxCell id="dHOnNA1qFKyTxo9gN7e2-102" parent="1" style="rounded=1;whiteSpace=wrap;html=1;fontStyle=1;fontSize=30;" value="&lt;font&gt;Kết thúc&lt;/font&gt;" vertex="1">
          <mxGeometry height="104" width="214" x="9609" y="1380" as="geometry" />
        </mxCell>
-         <mxCell id="dHOnNA1qFKyTxo9gN7e2-104" parent="1" style="rounded=1;whiteSpace=wrap;html=1;fontStyle=1;fontSize=30;" value="&lt;font&gt;Kết thúc&lt;/font&gt;" vertex="1">
+         <mxCell id="dHOnNA1qFKyTxo9gN7e2-104" parent="1" style="rounded=1;whiteSpace=wrap;html=1;fontStyle=1;fontSize=30;" value="&lt;font&gt;Hiển thị kết quả&lt;/font&gt;" vertex="1">
          <mxGeometry height="104" width="214" x="6529" y="2253" as="geometry" />
        </mxCell>
        <mxCell id="dHOnNA1qFKyTxo9gN7e2-105" parent="1" style="rounded=1;whiteSpace=wrap;html=1;fontStyle=1;fontSize=30;" value="&lt;font&gt;Gửi&lt;/font&gt;" vertex="1">
          <mxGeometry height="107" width="214" x="5341" y="2700" as="geometry" />
        </mxCell>
        <mxCell id="dHOnNA1qFKyTxo9gN7e2-141" edge="1" parent="1" source="dHOnNA1qFKyTxo9gN7e2-113" style="edgeStyle=none;curved=1;rounded=0;orthogonalLoop=1;jettySize=auto;html=1;fontSize=12;startSize=8;endSize=8;" target="dHOnNA1qFKyTxo9gN7e2-118" value="">
          <mxGeometry relative="1" as="geometry" />
        </mxCell>
        <mxCell id="dHOnNA1qFKyTxo9gN7e2-113" parent="1" style="rounded=1;whiteSpace=wrap;html=1;fontStyle=1;fontSize=30;" value="&lt;font&gt;Bắt đầu&lt;/font&gt;" vertex="1">
          <mxGeometry height="104" width="214" x="8070" y="199" as="geometry" />
        </mxCell>
        <mxCell id="dHOnNA1qFKyTxo9gN7e2-115" edge="1" parent="1" source="dHOnNA1qFKyTxo9gN7e2-114" style="edgeStyle=none;curved=1;rounded=0;orthogonalLoop=1;jettySize=auto;html=1;fontSize=12;startSize=8;endSize=8;" target="dHOnNA1qFKyTxo9gN7e2-105" value="">
          <mxGeometry relative="1" as="geometry" />
        </mxCell>
        <mxCell id="dHOnNA1qFKyTxo9gN7e2-114" parent="1" style="shape=parallelogram;perimeter=parallelogramPerimeter;whiteSpace=wrap;html=1;fixedSize=1;fontStyle=1;fontSize=30;" value="&lt;span&gt;Xuất dữ liệu&lt;/span&gt;" vertex="1">
          <mxGeometry height="151" width="310" x="5293" y="2530" as="geometry" />
        </mxCell>
        <mxCell id="dHOnNA1qFKyTxo9gN7e2-142" edge="1" parent="1" source="dHOnNA1qFKyTxo9gN7e2-118" style="edgeStyle=none;curved=1;rounded=0;orthogonalLoop=1;jettySize=auto;html=1;fontSize=12;startSize=8;endSize=8;" target="dHOnNA1qFKyTxo9gN7e2-119" value="">
          <mxGeometry relative="1" as="geometry" />
        </mxCell>
        <mxCell id="dHOnNA1qFKyTxo9gN7e2-118" parent="1" style="rounded=0;whiteSpace=wrap;html=1;fontStyle=1;fontSize=30;" value="&lt;font&gt;Khởi tạo phần cứng&lt;/font&gt;&lt;div&gt;và biến&lt;/div&gt;" vertex="1">
          <mxGeometry height="136" width="290" x="8032" y="321" as="geometry" />
        </mxCell>
        <mxCell id="dHOnNA1qFKyTxo9gN7e2-143" edge="1" parent="1" source="dHOnNA1qFKyTxo9gN7e2-119" style="edgeStyle=none;curved=1;rounded=0;orthogonalLoop=1;jettySize=auto;html=1;fontSize=12;startSize=8;endSize=8;" target="dHOnNA1qFKyTxo9gN7e2-127" value="">
          <mxGeometry relative="1" as="geometry" />
        </mxCell>
        <mxCell id="dHOnNA1qFKyTxo9gN7e2-119" parent="1" style="shape=parallelogram;perimeter=parallelogramPerimeter;whiteSpace=wrap;html=1;fixedSize=1;fontStyle=1;fontSize=30;" value="&lt;div&gt;&lt;font&gt;Đọc giá trị&amp;nbsp;&lt;/font&gt;&lt;/div&gt;&lt;div&gt;điện áp &amp;amp; dòng điện&lt;/div&gt;" vertex="1">
          <mxGeometry height="149" width="310" x="8022" y="482" as="geometry" />
        </mxCell>
        <mxCell id="dHOnNA1qFKyTxo9gN7e2-121" parent="1" style="shape=parallelogram;perimeter=parallelogramPerimeter;whiteSpace=wrap;html=1;fixedSize=1;fontStyle=1;fontSize=30;" value="&lt;div&gt;&lt;font&gt;Cập nhật&lt;/font&gt;&lt;/div&gt;&lt;div&gt;dung lượng Pin&lt;/div&gt;" vertex="1">
          <mxGeometry height="151" width="310" x="4833" y="786" as="geometry" />
        </mxCell>
        <mxCell id="dHOnNA1qFKyTxo9gN7e2-122" parent="1" style="shape=parallelogram;perimeter=parallelogramPerimeter;whiteSpace=wrap;html=1;fixedSize=1;fontStyle=1;fontSize=30;" value="&lt;div&gt;&lt;font&gt;Cập nhật trạng thái&lt;br&gt;LED &amp;amp; còi&lt;br&gt;&lt;/font&gt;&lt;/div&gt;" vertex="1">
          <mxGeometry height="141" width="310" x="5293" y="1717" as="geometry" />
        </mxCell>
        <mxCell id="dHOnNA1qFKyTxo9gN7e2-123" parent="1" style="shape=parallelogram;perimeter=parallelogramPerimeter;whiteSpace=wrap;html=1;fixedSize=1;fontStyle=1;fontSize=30;" value="Tăng đếm++" vertex="1">
          <mxGeometry height="151" width="310" x="6916" y="1840" as="geometry" />
        </mxCell>
        <mxCell id="dHOnNA1qFKyTxo9gN7e2-124" parent="1" style="shape=parallelogram;perimeter=parallelogramPerimeter;whiteSpace=wrap;html=1;fixedSize=1;fontStyle=1;fontSize=30;" value="Reset biến đếm&lt;div&gt;về 0&lt;/div&gt;" vertex="1">
          <mxGeometry height="151" width="310" x="6068" y="1537" as="geometry" />
        </mxCell>
        <mxCell id="dHOnNA1qFKyTxo9gN7e2-125" parent="1" style="shape=parallelogram;perimeter=parallelogramPerimeter;whiteSpace=wrap;html=1;fixedSize=1;fontStyle=1;fontSize=30;" value="Hiển thị lên&lt;div&gt;terminal&lt;/div&gt;" vertex="1">
          <mxGeometry height="137" width="310" x="9561" y="1217" as="geometry" />
        </mxCell>
        <mxCell id="dHOnNA1qFKyTxo9gN7e2-144" edge="1" parent="1" source="dHOnNA1qFKyTxo9gN7e2-127" style="edgeStyle=none;curved=1;rounded=0;orthogonalLoop=1;jettySize=auto;html=1;fontSize=12;startSize=8;endSize=8;" target="dHOnNA1qFKyTxo9gN7e2-130" value="">
          <mxGeometry relative="1" as="geometry" />
        </mxCell>
        <mxCell id="dHOnNA1qFKyTxo9gN7e2-127" parent="1" style="rounded=0;whiteSpace=wrap;html=1;fontStyle=1;fontSize=30;" value="Áp dụng bộ lọc&lt;div&gt;EMA&lt;/div&gt;" vertex="1">
          <mxGeometry height="136" width="290" x="8032" y="656" as="geometry" />
        </mxCell>
        <mxCell id="dHOnNA1qFKyTxo9gN7e2-145" edge="1" parent="1" source="dHOnNA1qFKyTxo9gN7e2-130" style="edgeStyle=none;curved=1;rounded=0;orthogonalLoop=1;jettySize=auto;html=1;fontSize=12;startSize=8;endSize=8;" target="dHOnNA1qFKyTxo9gN7e2-132" value="">
          <mxGeometry relative="1" as="geometry" />
        </mxCell>
        <mxCell id="dHOnNA1qFKyTxo9gN7e2-130" parent="1" style="rounded=0;whiteSpace=wrap;html=1;fontStyle=1;fontSize=30;" value="Tính ra giá trị&lt;div&gt;phần trăm&lt;/div&gt;" vertex="1">
          <mxGeometry height="136" width="290" x="8032" y="817" as="geometry" />
        </mxCell>
        <mxCell id="dHOnNA1qFKyTxo9gN7e2-138" edge="1" parent="1" source="dHOnNA1qFKyTxo9gN7e2-132" style="edgeStyle=none;curved=1;rounded=0;orthogonalLoop=1;jettySize=auto;html=1;fontSize=12;startSize=8;endSize=8;" target="dHOnNA1qFKyTxo9gN7e2-135" value="">
          <mxGeometry relative="1" as="geometry" />
        </mxCell>
        <mxCell id="dHOnNA1qFKyTxo9gN7e2-146" edge="1" parent="1" source="dHOnNA1qFKyTxo9gN7e2-132" style="edgeStyle=none;curved=1;rounded=0;orthogonalLoop=1;jettySize=auto;html=1;fontSize=12;startSize=8;endSize=8;" target="dHOnNA1qFKyTxo9gN7e2-133" value="">
          <mxGeometry relative="1" as="geometry" />
        </mxCell>
        <mxCell id="dHOnNA1qFKyTxo9gN7e2-132" parent="1" style="rhombus;whiteSpace=wrap;html=1;fontStyle=1;fontSize=30;" value="So sánh&lt;div&gt;dòng điện&amp;nbsp;≥ +10 mA&lt;/div&gt;&lt;div&gt;không ?&lt;/div&gt;" vertex="1">
          <mxGeometry height="276" width="366" x="7994" y="978" as="geometry" />
        </mxCell>
        <mxCell id="dHOnNA1qFKyTxo9gN7e2-139" edge="1" parent="1" source="dHOnNA1qFKyTxo9gN7e2-133" style="edgeStyle=none;curved=1;rounded=0;orthogonalLoop=1;jettySize=auto;html=1;fontSize=12;startSize=8;endSize=8;" target="dHOnNA1qFKyTxo9gN7e2-136" value="">
          <mxGeometry relative="1" as="geometry" />
        </mxCell>
        <mxCell id="dHOnNA1qFKyTxo9gN7e2-147" edge="1" parent="1" source="dHOnNA1qFKyTxo9gN7e2-133" style="edgeStyle=none;curved=1;rounded=0;orthogonalLoop=1;jettySize=auto;html=1;fontSize=12;startSize=8;endSize=8;" target="dHOnNA1qFKyTxo9gN7e2-134" value="">
          <mxGeometry relative="1" as="geometry" />
        </mxCell>
        <mxCell id="dHOnNA1qFKyTxo9gN7e2-133" parent="1" style="rhombus;whiteSpace=wrap;html=1;fontStyle=1;fontSize=30;" value="So sánh&lt;div&gt;dòng điện&amp;nbsp;&lt;span style=&quot;background-color: transparent; color: light-dark(rgb(0, 0, 0), rgb(255, 255, 255));&quot;&gt;≤&lt;/span&gt;&lt;span style=&quot;background-color: transparent; color: light-dark(rgb(0, 0, 0), rgb(255, 255, 255));&quot;&gt;&amp;nbsp;&lt;/span&gt;&lt;span style=&quot;background-color: transparent; color: light-dark(rgb(0, 0, 0), rgb(255, 255, 255));&quot;&gt;&amp;nbsp;+10 mA&lt;/span&gt;&lt;/div&gt;&lt;div&gt;&lt;span style=&quot;background-color: transparent; color: light-dark(rgb(0, 0, 0), rgb(255, 255, 255));&quot;&gt;không ?&lt;/span&gt;&lt;/div&gt;" vertex="1">
          <mxGeometry height="276" width="366" x="7994" y="1279" as="geometry" />
        </mxCell>
        <mxCell id="dHOnNA1qFKyTxo9gN7e2-140" edge="1" parent="1" source="dHOnNA1qFKyTxo9gN7e2-134" style="edgeStyle=none;curved=1;rounded=0;orthogonalLoop=1;jettySize=auto;html=1;fontSize=12;startSize=8;endSize=8;" target="dHOnNA1qFKyTxo9gN7e2-137" value="">
          <mxGeometry relative="1" as="geometry" />
        </mxCell>
        <mxCell id="dHOnNA1qFKyTxo9gN7e2-149" edge="1" parent="1" source="dHOnNA1qFKyTxo9gN7e2-134" style="edgeStyle=none;curved=1;rounded=0;orthogonalLoop=1;jettySize=auto;html=1;fontSize=12;startSize=8;endSize=8;" target="dHOnNA1qFKyTxo9gN7e2-148" value="">
          <mxGeometry relative="1" as="geometry" />
        </mxCell>
        <mxCell id="dHOnNA1qFKyTxo9gN7e2-134" parent="1" style="rhombus;whiteSpace=wrap;html=1;fontStyle=1;fontSize=30;" value="So sánh&lt;div&gt;điện áp&amp;nbsp;≥ 4,15V&lt;/div&gt;&lt;div&gt;không ?&lt;/div&gt;" vertex="1">
          <mxGeometry height="276" width="366" x="7994" y="1582" as="geometry" />
        </mxCell>
        <mxCell id="dHOnNA1qFKyTxo9gN7e2-135" parent="1" style="shape=parallelogram;perimeter=parallelogramPerimeter;whiteSpace=wrap;html=1;fixedSize=1;fontStyle=1;fontSize=30;" value="Xuất&amp;nbsp;&lt;div&gt;&quot;Pin đang sạc&quot;&lt;/div&gt;" vertex="1">
          <mxGeometry height="149" width="310" x="8396" y="1041.5" as="geometry" />
        </mxCell>
        <mxCell id="dHOnNA1qFKyTxo9gN7e2-159" edge="1" parent="1" source="dHOnNA1qFKyTxo9gN7e2-136" style="edgeStyle=none;curved=0;rounded=0;orthogonalLoop=1;jettySize=auto;html=1;fontSize=12;startSize=8;endSize=8;">
          <mxGeometry relative="1" as="geometry">
            <Array as="points">
              <mxPoint x="8551" y="1880" />
            </Array>
            <mxPoint x="8186" y="1880" as="targetPoint" />
          </mxGeometry>
        </mxCell>
        <mxCell id="dHOnNA1qFKyTxo9gN7e2-136" parent="1" style="shape=parallelogram;perimeter=parallelogramPerimeter;whiteSpace=wrap;html=1;fixedSize=1;fontStyle=1;fontSize=30;" value="&lt;div&gt;Xuất&lt;/div&gt;&lt;div&gt;&quot;Pin đang xả&quot;&lt;/div&gt;" vertex="1">
          <mxGeometry height="149" width="310" x="8396" y="1342.5" as="geometry" />
        </mxCell>
        <mxCell id="dHOnNA1qFKyTxo9gN7e2-158" edge="1" parent="1" source="dHOnNA1qFKyTxo9gN7e2-137" style="edgeStyle=none;curved=0;rounded=0;orthogonalLoop=1;jettySize=auto;html=1;fontSize=12;startSize=8;endSize=8;">
          <mxGeometry relative="1" as="geometry">
            <Array as="points">
              <mxPoint x="8551" y="1880" />
            </Array>
            <mxPoint x="8180" y="1880" as="targetPoint" />
          </mxGeometry>
        </mxCell>
        <mxCell id="dHOnNA1qFKyTxo9gN7e2-137" parent="1" style="shape=parallelogram;perimeter=parallelogramPerimeter;whiteSpace=wrap;html=1;fixedSize=1;fontStyle=1;fontSize=30;" value="&lt;div&gt;Xuất&lt;/div&gt;&lt;div&gt;&quot;Pin đầy&quot;&lt;/div&gt;" vertex="1">
          <mxGeometry height="149" width="310" x="8396" y="1645.5" as="geometry" />
        </mxCell>
-         <mxCell id="dHOnNA1qFKyTxo9gN7e2-151" edge="1" parent="1" source="dHOnNA1qFKyTxo9gN7e2-148" style="edgeStyle=none;curved=1;rounded=0;orthogonalLoop=1;jettySize=auto;html=1;fontSize=12;startSize=8;endSize=8;" target="dHOnNA1qFKyTxo9gN7e2-150" value="">
-           <mxGeometry relative="1" as="geometry" />
+         <mxCell id="dHOnNA1qFKyTxo9gN7e2-151" edge="1" parent="1" source="dHOnNA1qFKyTxo9gN7e2-148" style="edgeStyle=none;curved=0;rounded=0;orthogonalLoop=1;jettySize=auto;html=1;fontSize=12;startSize=8;endSize=8;" value="">
+           <mxGeometry relative="1" as="geometry">
+             <Array as="points">
+               <mxPoint x="8174" y="2064" />
+               <mxPoint x="7920" y="2064" />
+               <mxPoint x="7915" y="464" />
+             </Array>
+             <mxPoint x="8184" y="464" as="targetPoint" />
+           </mxGeometry>
        </mxCell>
        <mxCell id="dHOnNA1qFKyTxo9gN7e2-148" parent="1" style="rounded=0;whiteSpace=wrap;html=1;fontStyle=1;fontSize=30;" value="Hiển thị kết quả" vertex="1">
          <mxGeometry height="136" width="290" x="8029" y="1905" as="geometry" />
        </mxCell>
-         <mxCell id="dHOnNA1qFKyTxo9gN7e2-150" parent="1" style="rounded=1;whiteSpace=wrap;html=1;fontStyle=1;fontSize=30;" value="&lt;font&gt;Kết thúc&lt;/font&gt;" vertex="1">
-           <mxGeometry height="104" width="214" x="8067" y="2074" as="geometry" />
-         </mxCell>
        <mxCell id="dHOnNA1qFKyTxo9gN7e2-152" parent="1" style="text;html=1;whiteSpace=wrap;strokeColor=none;fillColor=none;align=center;verticalAlign=middle;rounded=0;fontSize=30;fontStyle=1" value="Có" vertex="1">
          <mxGeometry height="30" width="60" x="8352" y="1085" as="geometry" />
        </mxCell>
        <mxCell id="dHOnNA1qFKyTxo9gN7e2-153" parent="1" style="text;html=1;whiteSpace=wrap;strokeColor=none;fillColor=none;align=center;verticalAlign=middle;rounded=0;fontSize=30;fontStyle=1" value="&lt;span&gt;Không&lt;/span&gt;" vertex="1">
          <mxGeometry height="30" width="60" x="8207" y="1249" as="geometry" />
        </mxCell>
        <mxCell id="dHOnNA1qFKyTxo9gN7e2-154" parent="1" style="text;html=1;whiteSpace=wrap;strokeColor=none;fillColor=none;align=center;verticalAlign=middle;rounded=0;fontSize=30;fontStyle=1" value="Có" vertex="1">
          <mxGeometry height="30" width="60" x="8352" y="1380" as="geometry" />
        </mxCell>
        <mxCell id="dHOnNA1qFKyTxo9gN7e2-155" parent="1" style="text;html=1;whiteSpace=wrap;strokeColor=none;fillColor=none;align=center;verticalAlign=middle;rounded=0;fontSize=30;fontStyle=1" value="&lt;span&gt;Không&lt;/span&gt;" vertex="1">
          <mxGeometry height="30" width="60" x="8201" y="1547" as="geometry" />
        </mxCell>
        <mxCell id="dHOnNA1qFKyTxo9gN7e2-156" parent="1" style="text;html=1;whiteSpace=wrap;strokeColor=none;fillColor=none;align=center;verticalAlign=middle;rounded=0;fontSize=30;fontStyle=1" value="Có" vertex="1">
          <mxGeometry height="30" width="60" x="8348" y="1687" as="geometry" />
        </mxCell>
        <mxCell id="dHOnNA1qFKyTxo9gN7e2-157" parent="1" style="text;html=1;whiteSpace=wrap;strokeColor=none;fillColor=none;align=center;verticalAlign=middle;rounded=0;fontSize=30;fontStyle=1" value="&lt;span&gt;Không&lt;/span&gt;" vertex="1">
          <mxGeometry height="30" width="60" x="8089" y="1855" as="geometry" />
+         </mxCell>
+         <mxCell id="dHOnNA1qFKyTxo9gN7e2-163" parent="1" style="shape=parallelogram;perimeter=parallelogramPerimeter;whiteSpace=wrap;html=1;fixedSize=1;fontStyle=1;fontSize=30;" value="&lt;span&gt;Cập nhật biến trạng thái&lt;/span&gt;" vertex="1">
+           <mxGeometry height="132" width="253" x="6509.5" y="2090" as="geometry" />
        </mxCell>
      </root>
    </mxGraphModel>
  </diagram>
</mxfile>
